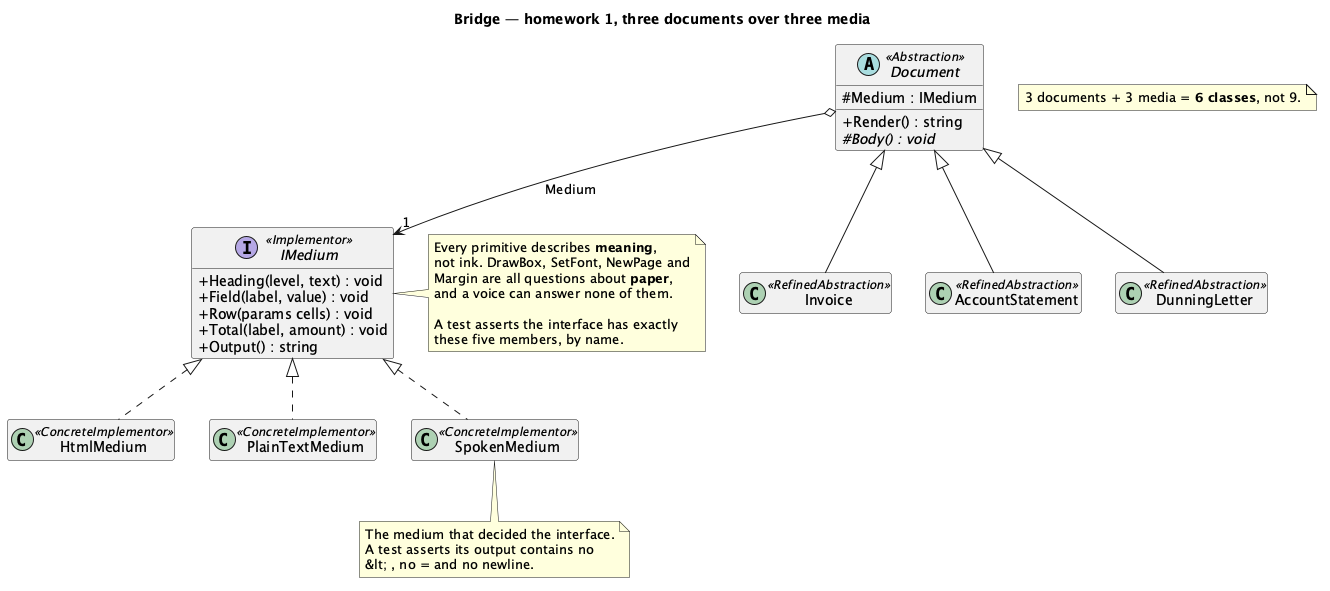
The PlantUML diagram Bridge/src/Bridge/Hw/StatementRun/uml/Bridge - Statement Run (Solution) - Class Diagram.png in kaldiroglu/DesignPatternsWithCSharp, before a commit. The source it was exported from:
```plantuml
@startuml "Bridge - Statement Run (Solution) - Class Diagram"
skinparam classAttributeIconSize 0
hide empty members
title Bridge — homework 1, three documents over three media


abstract class Document <<Abstraction>> {
  # Medium : IMedium
  + Render() : string
  # {abstract} Body() : void
}

class Invoice <<RefinedAbstraction>>
class AccountStatement <<RefinedAbstraction>>
class DunningLetter <<RefinedAbstraction>>

interface IMedium <<Implementor>> {
  + Heading(level, text) : void
  + Field(label, value) : void
  + Row(params cells) : void
  + Total(label, amount) : void
  + Output() : string
}

class HtmlMedium <<ConcreteImplementor>>
class PlainTextMedium <<ConcreteImplementor>>
class SpokenMedium <<ConcreteImplementor>>

Document <|-- Invoice
Document <|-- AccountStatement
Document <|-- DunningLetter
Document o--> "1" IMedium : Medium
IMedium <|.. HtmlMedium
IMedium <|.. PlainTextMedium
IMedium <|.. SpokenMedium

note right of IMedium
  Every primitive describes <b>meaning</b>,
  not ink. DrawBox, SetFont, NewPage and
  Margin are all questions about <b>paper</b>,
  and a voice can answer none of them.

  A test asserts the interface has exactly
  these five members, by name.
end note

note bottom of SpokenMedium
  The medium that decided the interface.
  A test asserts its output contains no
  &lt; , no = and no newline.
end note

note as N1
  3 documents + 3 media = <b>6 classes</b>, not 9.
end note

@enduml
```
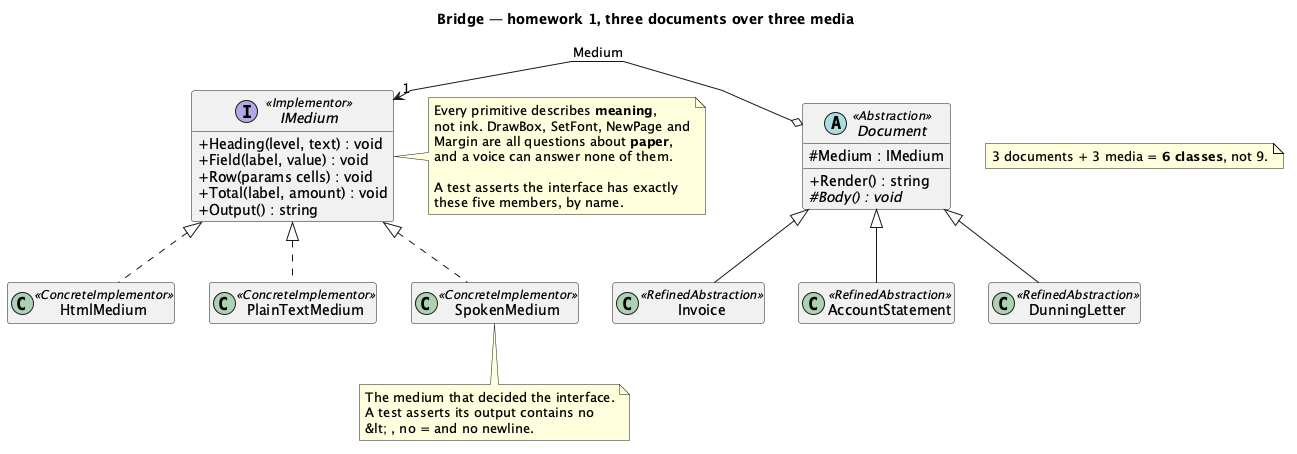
The same diagram one commit later.

What changed in the source:
```diff
@@ -1,4 +1,5 @@
-@startuml "Bridge - Statement Run (Solution) - Class Diagram"
+@startuml
+skinparam linetype polyline
 skinparam classAttributeIconSize 0
 hide empty members
 title Bridge — homework 1, three documents over three media
@@ -29,7 +30,6 @@
 Document <|-- Invoice
 Document <|-- AccountStatement
 Document <|-- DunningLetter
-Document o--> "1" IMedium : Medium
 IMedium <|.. HtmlMedium
 IMedium <|.. PlainTextMedium
 IMedium <|.. SpokenMedium
@@ -54,4 +54,5 @@
   3 documents + 3 media = <b>6 classes</b>, not 9.
 end note
 
+Document o-[norank]-> "1" IMedium : Medium
 @enduml
```
